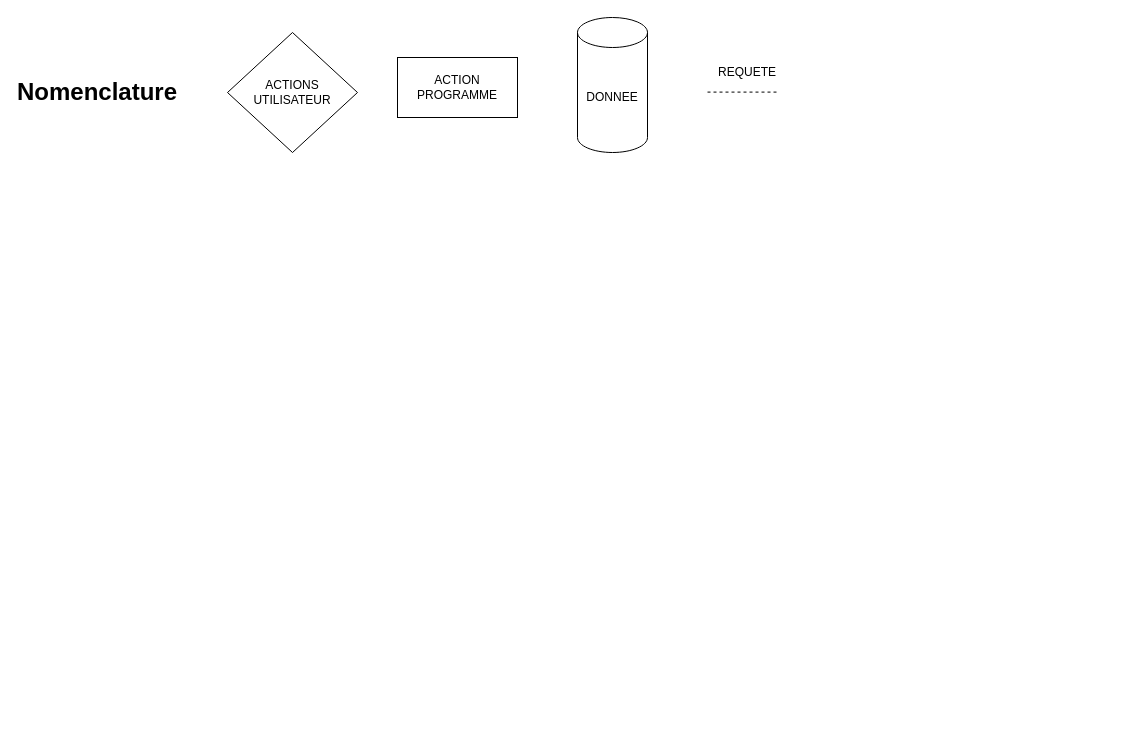
alexandreb49/english_project keeps this draw.io diagram as DIAGRAMME_PJT.drawio. Above is the earlier version. Source tidied: cells renumbered, new cells numbered last; positions are measured from the earlier drawing's top-left corner, leaving out a move shared by most shapes. Both pictures are drawn from the tidied source at 100%, with x=0, y=0 at pixel (37, 17).
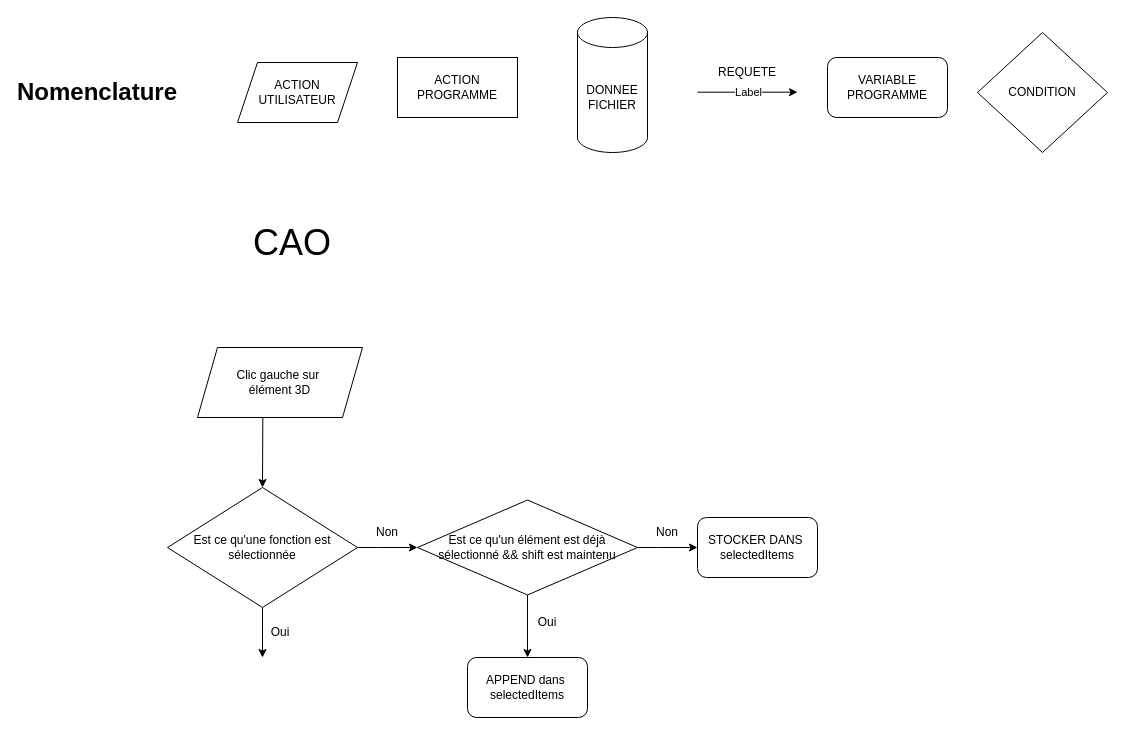
The same diagram, later.

Commit message (it also covers changes not shown here):
Mettre à jour DIAGRAMME_PJT.drawio

Diff of the diagram source:
```diff
@@
-    <mxCell id="3" value="ACTIONS&lt;div&gt;UTILISATEUR&lt;/div&gt;" style="rhombus;whiteSpace=wrap;html=1;" parent="1" vertex="1">
-      <mxGeometry x="190" y="15" width="130" height="120" as="geometry" />
-    </mxCell>
@@
-    <mxCell id="5" value="DONNEE" style="shape=cylinder3;whiteSpace=wrap;html=1;boundedLbl=1;backgroundOutline=1;size=15;" parent="1" vertex="1">
+    <mxCell id="5" value="DONNEE&lt;div&gt;FICHIER&lt;/div&gt;" style="shape=cylinder3;whiteSpace=wrap;html=1;boundedLbl=1;backgroundOutline=1;size=15;" parent="1" vertex="1">
       <mxGeometry x="540" width="70" height="135" as="geometry" />
     </mxCell>
-    <mxCell id="6" style="endArrow=none;dashed=1;html=1;rounded=0;" parent="1" edge="1">
-      <mxGeometry relative="1" as="geometry">
-        <mxPoint x="670" y="74.6" as="sourcePoint" />
-        <mxPoint x="740" y="74.6" as="targetPoint" />
-      </mxGeometry>
-    </mxCell>
@@
+    <mxCell id="8" value="&lt;font style=&quot;font-size: 36px;&quot;&gt;CAO&lt;/font&gt;" style="text;html=1;align=center;verticalAlign=middle;whiteSpace=wrap;rounded=0;" parent="1" vertex="1">
+      <mxGeometry x="165" y="210" width="180" height="30" as="geometry" />
+    </mxCell>
+    <mxCell id="9" value="Est ce qu'une fonction est sélectionnée" style="rhombus;whiteSpace=wrap;html=1;" parent="1" vertex="1">
+      <mxGeometry x="130" y="470" width="190" height="120" as="geometry" />
+    </mxCell>
+    <mxCell id="10" style="endArrow=classic;html=1;rounded=0;exitX=0.396;exitY=0.976;exitDx=0;exitDy=0;exitPerimeter=0;entryX=0.5;entryY=0;entryDx=0;entryDy=0;" parent="1" edge="1" source="16" target="9">
+      <mxGeometry relative="1" as="geometry" />
+    </mxCell>
+    <mxCell id="11" style="endArrow=classic;html=1;rounded=0;" parent="1" edge="1">
+      <mxGeometry relative="1" as="geometry">
+        <mxPoint x="660" y="74.7" as="sourcePoint" />
+        <mxPoint x="760" y="74.7" as="targetPoint" />
+      </mxGeometry>
+    </mxCell>
+    <mxCell id="12" value="Label" style="edgeLabel;html=1;align=center;verticalAlign=middle;" parent="11" vertex="1">
+      <mxGeometry relative="1" as="geometry" />
+    </mxCell>
+    <mxCell id="13" value="VARIABLE PROGRAMME" style="rounded=1;whiteSpace=wrap;html=1;" parent="1" vertex="1">
+      <mxGeometry x="790" y="40" width="120" height="60" as="geometry" />
+    </mxCell>
+    <mxCell id="14" value="CONDITION" style="rhombus;whiteSpace=wrap;html=1;" parent="1" vertex="1">
+      <mxGeometry x="940" y="15" width="130" height="120" as="geometry" />
+    </mxCell>
+    <mxCell id="15" value="ACTION UTILISATEUR" style="shape=parallelogram;perimeter=parallelogramPerimeter;whiteSpace=wrap;html=1;fixedSize=1;" parent="1" vertex="1">
+      <mxGeometry x="200" y="45" width="120" height="60" as="geometry" />
+    </mxCell>
+    <mxCell id="16" value="&lt;div&gt;&lt;br&gt;&lt;/div&gt;Clic gauche sur&amp;nbsp;&lt;div&gt;élément 3D&lt;div&gt;&lt;br&gt;&lt;/div&gt;&lt;/div&gt;" style="shape=parallelogram;perimeter=parallelogramPerimeter;whiteSpace=wrap;html=1;fixedSize=1;" parent="1" vertex="1">
+      <mxGeometry x="160" y="330" width="165" height="70" as="geometry" />
+    </mxCell>
+    <mxCell id="17" style="endArrow=classic;html=1;rounded=0;exitX=1;exitY=0.5;exitDx=0;exitDy=0;" parent="1" edge="1" source="9">
+      <mxGeometry relative="1" as="geometry">
+        <mxPoint x="380" y="530" as="targetPoint" />
+        <Array as="points">
+          <mxPoint x="340" y="530" />
+        </Array>
+      </mxGeometry>
+    </mxCell>
+    <mxCell id="18" value="STOCKER DANS&amp;nbsp;&lt;div&gt;selectedItems&lt;/div&gt;" style="rounded=1;whiteSpace=wrap;html=1;" parent="1" vertex="1">
+      <mxGeometry x="660" y="500" width="120" height="60" as="geometry" />
+    </mxCell>
+    <mxCell id="19" value="Non" style="text;html=1;align=center;verticalAlign=middle;whiteSpace=wrap;rounded=0;" parent="1" vertex="1">
+      <mxGeometry x="320" y="500" width="60" height="30" as="geometry" />
+    </mxCell>
+    <mxCell id="20" value="Est ce qu'un élément est déjà sélectionné &amp;amp;&amp;amp; shift est maintenu" style="rhombus;whiteSpace=wrap;html=1;" parent="1" vertex="1">
+      <mxGeometry x="380" y="482.5" width="220" height="95" as="geometry" />
+    </mxCell>
+    <mxCell id="21" value="Non" style="text;html=1;align=center;verticalAlign=middle;whiteSpace=wrap;rounded=0;" parent="1" vertex="1">
+      <mxGeometry x="600" y="500" width="60" height="30" as="geometry" />
+    </mxCell>
+    <mxCell id="22" style="endArrow=classic;html=1;rounded=0;exitX=1;exitY=0.5;exitDx=0;exitDy=0;" parent="1" edge="1">
+      <mxGeometry relative="1" as="geometry">
+        <mxPoint x="600" y="530" as="sourcePoint" />
+        <mxPoint x="660" y="530" as="targetPoint" />
+        <Array as="points">
+          <mxPoint x="620" y="530" />
+        </Array>
+      </mxGeometry>
+    </mxCell>
+    <mxCell id="23" value="APPEND dans&amp;nbsp;&lt;div&gt;selectedItems&lt;/div&gt;" style="rounded=1;whiteSpace=wrap;html=1;" parent="1" vertex="1">
+      <mxGeometry x="430" y="640" width="120" height="60" as="geometry" />
+    </mxCell>
+    <mxCell id="24" style="endArrow=classic;html=1;rounded=0;exitX=0.5;exitY=1;exitDx=0;exitDy=0;entryX=0.5;entryY=0;entryDx=0;entryDy=0;" parent="1" edge="1" source="20" target="23">
+      <mxGeometry relative="1" as="geometry" />
+    </mxCell>
+    <mxCell id="25" value="Oui" style="text;html=1;align=center;verticalAlign=middle;whiteSpace=wrap;rounded=0;" parent="1" vertex="1">
+      <mxGeometry x="480" y="590" width="60" height="30" as="geometry" />
+    </mxCell>
+    <mxCell id="26" style="endArrow=classic;html=1;rounded=0;exitX=0.5;exitY=1;exitDx=0;exitDy=0;" parent="1" edge="1" source="9">
+      <mxGeometry relative="1" as="geometry">
+        <mxPoint x="225" y="640" as="targetPoint" />
+      </mxGeometry>
+    </mxCell>
+    <mxCell id="27" value="Oui" style="text;html=1;align=center;verticalAlign=middle;whiteSpace=wrap;rounded=0;" parent="1" vertex="1">
+      <mxGeometry x="212.5" y="600" width="60" height="30" as="geometry" />
+    </mxCell>
```
